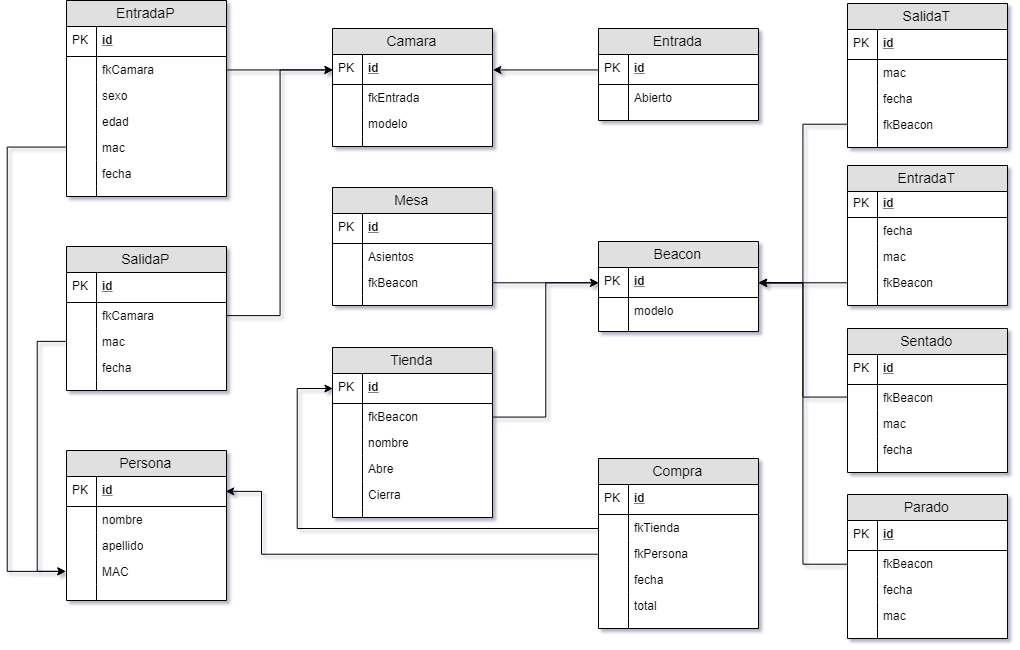
Above: EER.png in luist1228/ProyectoSambil (draw.io), before the change. Source tidied: cells renumbered, new cells last; positions are measured from the earlier drawing's top-left corner, leaving out a move shared by most shapes.
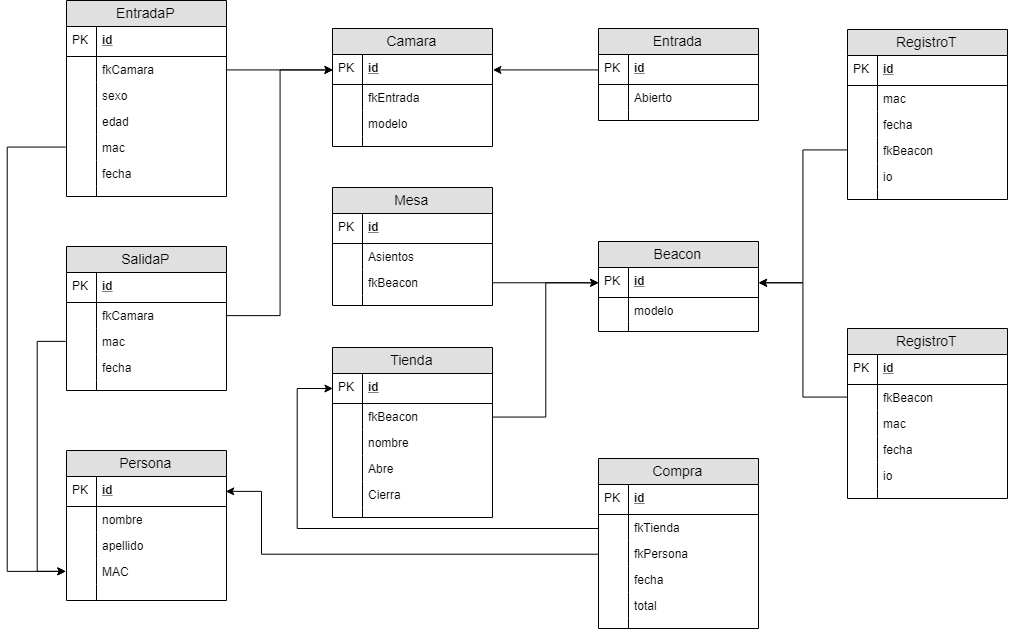
The same file after the commit.

Commit message:
EER definitivas

Change to the diagram source:
```diff
@@ -310,173 +310,113 @@
     <mxCell id="102" style="edgeStyle=orthogonalEdgeStyle;rounded=0;jettySize=auto;html=1;exitX=1;exitY=0.5;exitDx=0;exitDy=0;entryX=0;entryY=0.5;entryDx=0;entryDy=0;" parent="1" edge="1" source="16" target="45">
       <mxGeometry relative="1" as="geometry" />
     </mxCell>
-    <mxCell id="103" value="EntradaT" style="swimlane;fontStyle=0;horizontal=1;startSize=26;fillColor=#e0e0e0;swimlaneFillColor=#ffffff;align=center;fontSize=14;" parent="1" vertex="1">
-      <mxGeometry x="840" y="165" width="160" height="140" as="geometry" />
+    <mxCell id="103" value="RegistroT" style="swimlane;fontStyle=0;horizontal=1;startSize=26;fillColor=#e0e0e0;swimlaneFillColor=#ffffff;align=center;fontSize=14;" parent="1" vertex="1">
+      <mxGeometry x="840" y="29" width="160" height="170" as="geometry" />
     </mxCell>
     <mxCell id="104" value="id" style="shape=partialRectangle;top=0;left=0;right=0;bottom=1;align=left;verticalAlign=middle;fillColor=none;spacingLeft=34;spacingRight=4;overflow=hidden;fontStyle=5;fontSize=12;" parent="103" vertex="1">
-      <mxGeometry y="26" width="160" height="26" as="geometry" />
+      <mxGeometry y="26" width="160" height="30" as="geometry" />
     </mxCell>
     <mxCell id="105" value="PK" style="shape=partialRectangle;top=0;left=0;bottom=0;fillColor=none;align=left;verticalAlign=middle;spacingLeft=4;spacingRight=4;overflow=hidden;fontSize=12;" parent="104" vertex="1">
-      <mxGeometry width="30" height="26" as="geometry" />
+      <mxGeometry width="30" height="30" as="geometry" />
     </mxCell>
-    <mxCell id="106" value="fecha" style="shape=partialRectangle;top=0;left=0;right=0;bottom=0;align=left;verticalAlign=top;fillColor=none;spacingLeft=34;spacingRight=4;overflow=hidden;fontSize=12;" parent="103" vertex="1">
-      <mxGeometry y="52" width="160" height="26" as="geometry" />
+    <mxCell id="106" value="mac" style="shape=partialRectangle;top=0;left=0;right=0;bottom=0;align=left;verticalAlign=top;fillColor=none;spacingLeft=34;spacingRight=4;overflow=hidden;fontSize=12;" parent="103" vertex="1">
+      <mxGeometry y="56" width="160" height="26" as="geometry" />
     </mxCell>
     <mxCell id="107" style="shape=partialRectangle;top=0;left=0;bottom=0;fillColor=none;align=left;verticalAlign=top;spacingLeft=4;spacingRight=4;overflow=hidden;fontSize=12;" parent="106" vertex="1">
       <mxGeometry width="30" height="26" as="geometry" />
     </mxCell>
-    <mxCell id="108" value="mac" style="shape=partialRectangle;top=0;left=0;right=0;bottom=0;align=left;verticalAlign=top;fillColor=none;spacingLeft=34;spacingRight=4;overflow=hidden;fontSize=12;" parent="103" vertex="1">
-      <mxGeometry y="78" width="160" height="26" as="geometry" />
+    <mxCell id="108" value="fecha" style="shape=partialRectangle;top=0;left=0;right=0;bottom=0;align=left;verticalAlign=top;fillColor=none;spacingLeft=34;spacingRight=4;overflow=hidden;fontSize=12;" parent="103" vertex="1">
+      <mxGeometry y="82" width="160" height="26" as="geometry" />
     </mxCell>
     <mxCell id="109" style="shape=partialRectangle;top=0;left=0;bottom=0;fillColor=none;align=left;verticalAlign=top;spacingLeft=4;spacingRight=4;overflow=hidden;fontSize=12;" parent="108" vertex="1">
       <mxGeometry width="30" height="26" as="geometry" />
     </mxCell>
     <mxCell id="110" value="fkBeacon" style="shape=partialRectangle;top=0;left=0;right=0;bottom=0;align=left;verticalAlign=top;fillColor=none;spacingLeft=34;spacingRight=4;overflow=hidden;points=[[0,0.5],[1,0.5]];portConstraint=eastwest;fontSize=12;" parent="103" vertex="1">
-      <mxGeometry y="104" width="160" height="26" as="geometry" />
+      <mxGeometry y="108" width="160" height="26" as="geometry" />
     </mxCell>
     <mxCell id="111" style="shape=partialRectangle;top=0;left=0;bottom=0;fillColor=none;align=left;verticalAlign=top;spacingLeft=4;spacingRight=4;overflow=hidden;fontSize=12;" parent="110" vertex="1">
       <mxGeometry width="30" height="26" as="geometry" />
     </mxCell>
-    <mxCell id="112" style="shape=partialRectangle;top=0;left=0;right=0;bottom=0;align=left;verticalAlign=top;fillColor=none;spacingLeft=34;spacingRight=4;overflow=hidden;fontSize=12;" parent="103" vertex="1">
-      <mxGeometry y="130" width="160" height="10" as="geometry" />
+    <mxCell id="112" value="io" style="shape=partialRectangle;top=0;left=0;right=0;bottom=0;align=left;verticalAlign=top;fillColor=none;spacingLeft=34;spacingRight=4;overflow=hidden;fontSize=12;" parent="103" vertex="1">
+      <mxGeometry y="134" width="160" height="26" as="geometry" />
     </mxCell>
     <mxCell id="113" style="shape=partialRectangle;top=0;left=0;bottom=0;fillColor=none;align=left;verticalAlign=top;spacingLeft=4;spacingRight=4;overflow=hidden;fontSize=12;" parent="112" vertex="1">
-      <mxGeometry width="30" height="10" as="geometry" />
+      <mxGeometry width="30" height="26" as="geometry" />
     </mxCell>
-    <mxCell id="114" value="SalidaT" style="swimlane;fontStyle=0;horizontal=1;startSize=26;fillColor=#e0e0e0;swimlaneFillColor=#ffffff;align=center;fontSize=14;" parent="1" vertex="1">
-      <mxGeometry x="840" y="3" width="160" height="144" as="geometry" />
+    <mxCell id="114" style="shape=partialRectangle;top=0;left=0;right=0;bottom=0;align=left;verticalAlign=top;fillColor=none;spacingLeft=34;spacingRight=4;overflow=hidden;fontSize=12;" parent="103" vertex="1">
+      <mxGeometry y="160" width="160" height="10" as="geometry" />
     </mxCell>
-    <mxCell id="115" value="id" style="shape=partialRectangle;top=0;left=0;right=0;bottom=1;align=left;verticalAlign=middle;fillColor=none;spacingLeft=34;spacingRight=4;overflow=hidden;fontStyle=5;fontSize=12;" parent="114" vertex="1">
-      <mxGeometry y="26" width="160" height="30" as="geometry" />
+    <mxCell id="115" style="shape=partialRectangle;top=0;left=0;bottom=0;fillColor=none;align=left;verticalAlign=top;spacingLeft=4;spacingRight=4;overflow=hidden;fontSize=12;" parent="114" vertex="1">
+      <mxGeometry width="30" height="10" as="geometry" />
     </mxCell>
-    <mxCell id="116" value="PK" style="shape=partialRectangle;top=0;left=0;bottom=0;fillColor=none;align=left;verticalAlign=middle;spacingLeft=4;spacingRight=4;overflow=hidden;fontSize=12;" parent="115" vertex="1">
-      <mxGeometry width="30" height="30" as="geometry" />
+    <mxCell id="116" style="edgeStyle=orthogonalEdgeStyle;rounded=0;jettySize=auto;html=1;exitX=0;exitY=0.5;exitDx=0;exitDy=0;entryX=0;entryY=0.5;entryDx=0;entryDy=0;" parent="1" edge="1" source="78" target="9">
+      <mxGeometry relative="1" as="geometry">
+        <Array as="points">
+          <mxPoint x="30" y="341" />
+          <mxPoint x="30" y="571" />
+        </Array>
+      </mxGeometry>
     </mxCell>
-    <mxCell id="117" value="mac" style="shape=partialRectangle;top=0;left=0;right=0;bottom=0;align=left;verticalAlign=top;fillColor=none;spacingLeft=34;spacingRight=4;overflow=hidden;fontSize=12;" parent="114" vertex="1">
-      <mxGeometry y="56" width="160" height="26" as="geometry" />
+    <mxCell id="117" style="edgeStyle=orthogonalEdgeStyle;rounded=0;jettySize=auto;html=1;exitX=0;exitY=0.5;exitDx=0;exitDy=0;" parent="1" edge="1" source="110" target="45">
+      <mxGeometry relative="1" as="geometry" />
     </mxCell>
-    <mxCell id="118" style="shape=partialRectangle;top=0;left=0;bottom=0;fillColor=none;align=left;verticalAlign=top;spacingLeft=4;spacingRight=4;overflow=hidden;fontSize=12;" parent="117" vertex="1">
-      <mxGeometry width="30" height="26" as="geometry" />
+    <mxCell id="118" style="edgeStyle=orthogonalEdgeStyle;rounded=0;jettySize=auto;html=1;exitX=0;exitY=0.5;exitDx=0;exitDy=0;entryX=0;entryY=0.5;entryDx=0;entryDy=0;" parent="1" edge="1" source="87" target="14">
+      <mxGeometry relative="1" as="geometry">
+        <Array as="points">
+          <mxPoint x="290" y="528" />
+          <mxPoint x="290" y="388" />
+        </Array>
+      </mxGeometry>
     </mxCell>
-    <mxCell id="119" value="fecha" style="shape=partialRectangle;top=0;left=0;right=0;bottom=0;align=left;verticalAlign=top;fillColor=none;spacingLeft=34;spacingRight=4;overflow=hidden;fontSize=12;" parent="114" vertex="1">
-      <mxGeometry y="82" width="160" height="26" as="geometry" />
+    <mxCell id="119" style="edgeStyle=orthogonalEdgeStyle;rounded=0;jettySize=auto;html=1;exitX=0;exitY=0.5;exitDx=0;exitDy=0;entryX=1;entryY=0.5;entryDx=0;entryDy=0;" parent="1" edge="1" source="89" target="3">
+      <mxGeometry relative="1" as="geometry">
+        <Array as="points">
+          <mxPoint x="254" y="554" />
+          <mxPoint x="254" y="491" />
+        </Array>
+      </mxGeometry>
     </mxCell>
-    <mxCell id="120" style="shape=partialRectangle;top=0;left=0;bottom=0;fillColor=none;align=left;verticalAlign=top;spacingLeft=4;spacingRight=4;overflow=hidden;fontSize=12;" parent="119" vertex="1">
-      <mxGeometry width="30" height="26" as="geometry" />
+    <mxCell id="120" value="RegistroT" style="swimlane;fontStyle=0;horizontal=1;startSize=26;fillColor=#e0e0e0;swimlaneFillColor=#ffffff;align=center;fontSize=14;" parent="1" vertex="1">
+      <mxGeometry x="840" y="328" width="160" height="170" as="geometry" />
     </mxCell>
-    <mxCell id="121" value="fkBeacon" style="shape=partialRectangle;top=0;left=0;right=0;bottom=0;align=left;verticalAlign=top;fillColor=none;spacingLeft=34;spacingRight=4;overflow=hidden;points=[[0,0.5],[1,0.5]];portConstraint=eastwest;fontSize=12;" parent="114" vertex="1">
-      <mxGeometry y="108" width="160" height="26" as="geometry" />
+    <mxCell id="121" value="id" style="shape=partialRectangle;top=0;left=0;right=0;bottom=1;align=left;verticalAlign=middle;fillColor=none;spacingLeft=34;spacingRight=4;overflow=hidden;points=[[0,0.5],[1,0.5]];portConstraint=eastwest;fontStyle=5;fontSize=12;" parent="120" vertex="1">
+      <mxGeometry y="26" width="160" height="30" as="geometry" />
     </mxCell>
-    <mxCell id="122" style="shape=partialRectangle;top=0;left=0;bottom=0;fillColor=none;align=left;verticalAlign=top;spacingLeft=4;spacingRight=4;overflow=hidden;fontSize=12;" parent="121" vertex="1">
-      <mxGeometry width="30" height="26" as="geometry" />
+    <mxCell id="122" value="PK" style="shape=partialRectangle;top=0;left=0;bottom=0;fillColor=none;align=left;verticalAlign=middle;spacingLeft=4;spacingRight=4;overflow=hidden;fontSize=12;" parent="121" vertex="1">
+      <mxGeometry width="30" height="30" as="geometry" />
     </mxCell>
-    <mxCell id="123" style="shape=partialRectangle;top=0;left=0;right=0;bottom=0;align=left;verticalAlign=top;fillColor=none;spacingLeft=34;spacingRight=4;overflow=hidden;points=[[0,0.5],[1,0.5]];portConstraint=eastwest;fontSize=12;" parent="114" vertex="1">
-      <mxGeometry y="134" width="160" height="10" as="geometry" />
+    <mxCell id="123" value="fkBeacon" style="shape=partialRectangle;top=0;left=0;right=0;bottom=0;align=left;verticalAlign=top;fillColor=none;spacingLeft=34;spacingRight=4;overflow=hidden;points=[[0,0.5],[1,0.5]];portConstraint=eastwest;fontSize=12;" parent="120" vertex="1">
+      <mxGeometry y="56" width="160" height="26" as="geometry" />
     </mxCell>
     <mxCell id="124" style="shape=partialRectangle;top=0;left=0;bottom=0;fillColor=none;align=left;verticalAlign=top;spacingLeft=4;spacingRight=4;overflow=hidden;fontSize=12;" parent="123" vertex="1">
-      <mxGeometry width="30" height="10" as="geometry" />
+      <mxGeometry width="30" height="26" as="geometry" />
     </mxCell>
-    <mxCell id="125" style="edgeStyle=orthogonalEdgeStyle;rounded=0;jettySize=auto;html=1;exitX=0;exitY=0.5;exitDx=0;exitDy=0;entryX=0;entryY=0.5;entryDx=0;entryDy=0;" parent="1" edge="1" source="78" target="9">
-      <mxGeometry relative="1" as="geometry">
-        <Array as="points">
-          <mxPoint x="30" y="341" />
-          <mxPoint x="30" y="571" />
-        </Array>
-      </mxGeometry>
+    <mxCell id="125" value="mac" style="shape=partialRectangle;top=0;left=0;right=0;bottom=0;align=left;verticalAlign=top;fillColor=none;spacingLeft=34;spacingRight=4;overflow=hidden;fontSize=12;" parent="120" vertex="1">
+      <mxGeometry y="82" width="160" height="26" as="geometry" />
     </mxCell>
-    <mxCell id="126" style="edgeStyle=orthogonalEdgeStyle;rounded=0;jettySize=auto;html=1;exitX=0;exitY=0.5;exitDx=0;exitDy=0;entryX=1;entryY=0.5;entryDx=0;entryDy=0;" parent="1" edge="1" source="110" target="45">
-      <mxGeometry relative="1" as="geometry" />
+    <mxCell id="126" style="shape=partialRectangle;top=0;left=0;bottom=0;fillColor=none;align=left;verticalAlign=top;spacingLeft=4;spacingRight=4;overflow=hidden;fontSize=12;" parent="125" vertex="1">
+      <mxGeometry width="30" height="26" as="geometry" />
     </mxCell>
-    <mxCell id="127" style="edgeStyle=orthogonalEdgeStyle;rounded=0;jettySize=auto;html=1;exitX=0;exitY=0.5;exitDx=0;exitDy=0;" parent="1" edge="1" source="121" target="45">
-      <mxGeometry relative="1" as="geometry" />
+    <mxCell id="127" value="fecha" style="shape=partialRectangle;top=0;left=0;right=0;bottom=0;align=left;verticalAlign=top;fillColor=none;spacingLeft=34;spacingRight=4;overflow=hidden;fontSize=12;" parent="120" vertex="1">
+      <mxGeometry y="108" width="160" height="26" as="geometry" />
     </mxCell>
-    <mxCell id="128" style="edgeStyle=orthogonalEdgeStyle;rounded=0;jettySize=auto;html=1;exitX=0;exitY=0.5;exitDx=0;exitDy=0;entryX=0;entryY=0.5;entryDx=0;entryDy=0;" parent="1" edge="1" source="87" target="14">
-      <mxGeometry relative="1" as="geometry">
-        <Array as="points">
-          <mxPoint x="290" y="528" />
-          <mxPoint x="290" y="388" />
-        </Array>
-      </mxGeometry>
+    <mxCell id="128" style="shape=partialRectangle;top=0;left=0;bottom=0;fillColor=none;align=left;verticalAlign=top;spacingLeft=4;spacingRight=4;overflow=hidden;fontSize=12;" parent="127" vertex="1">
+      <mxGeometry width="30" height="26" as="geometry" />
     </mxCell>
-    <mxCell id="129" style="edgeStyle=orthogonalEdgeStyle;rounded=0;jettySize=auto;html=1;exitX=0;exitY=0.5;exitDx=0;exitDy=0;entryX=1;entryY=0.5;entryDx=0;entryDy=0;" parent="1" edge="1" source="89" target="3">
-      <mxGeometry relative="1" as="geometry">
-        <Array as="points">
-          <mxPoint x="254" y="554" />
-          <mxPoint x="254" y="491" />
-        </Array>
-      </mxGeometry>
+    <mxCell id="129" value="io" style="shape=partialRectangle;top=0;left=0;right=0;bottom=0;align=left;verticalAlign=top;fillColor=none;spacingLeft=34;spacingRight=4;overflow=hidden;fontSize=12;" parent="120" vertex="1">
+      <mxGeometry y="134" width="160" height="26" as="geometry" />
     </mxCell>
-    <mxCell id="130" value="Sentado" style="swimlane;fontStyle=0;horizontal=1;startSize=26;fillColor=#e0e0e0;swimlaneFillColor=#ffffff;align=center;fontSize=14;" parent="1" vertex="1">
-      <mxGeometry x="840" y="328" width="160" height="144" as="geometry" />
+    <mxCell id="130" style="shape=partialRectangle;top=0;left=0;bottom=0;fillColor=none;align=left;verticalAlign=top;spacingLeft=4;spacingRight=4;overflow=hidden;fontSize=12;" parent="129" vertex="1">
+      <mxGeometry width="30" height="26" as="geometry" />
     </mxCell>
-    <mxCell id="131" value="id" style="shape=partialRectangle;top=0;left=0;right=0;bottom=1;align=left;verticalAlign=middle;fillColor=none;spacingLeft=34;spacingRight=4;overflow=hidden;fontStyle=5;fontSize=12;" parent="130" vertex="1">
-      <mxGeometry y="26" width="160" height="30" as="geometry" />
+    <mxCell id="131" style="shape=partialRectangle;top=0;left=0;right=0;bottom=0;align=left;verticalAlign=top;fillColor=none;spacingLeft=34;spacingRight=4;overflow=hidden;fontSize=12;" parent="120" vertex="1">
+      <mxGeometry y="160" width="160" height="10" as="geometry" />
     </mxCell>
-    <mxCell id="132" value="PK" style="shape=partialRectangle;top=0;left=0;bottom=0;fillColor=none;align=left;verticalAlign=middle;spacingLeft=4;spacingRight=4;overflow=hidden;fontSize=12;" parent="131" vertex="1">
-      <mxGeometry width="30" height="30" as="geometry" />
+    <mxCell id="132" style="shape=partialRectangle;top=0;left=0;bottom=0;fillColor=none;align=left;verticalAlign=top;spacingLeft=4;spacingRight=4;overflow=hidden;fontSize=12;" parent="131" vertex="1">
+      <mxGeometry width="30" height="10" as="geometry" />
     </mxCell>
-    <mxCell id="133" value="fkBeacon" style="shape=partialRectangle;top=0;left=0;right=0;bottom=0;align=left;verticalAlign=top;fillColor=none;spacingLeft=34;spacingRight=4;overflow=hidden;points=[[0,0.5],[1,0.5]];portConstraint=eastwest;fontSize=12;" parent="130" vertex="1">
-      <mxGeometry y="56" width="160" height="26" as="geometry" />
+    <mxCell id="133" style="edgeStyle=orthogonalEdgeStyle;rounded=0;jettySize=auto;html=1;exitX=0;exitY=0.5;exitDx=0;exitDy=0;entryX=1;entryY=0.5;entryDx=0;entryDy=0;" parent="1" edge="1" source="123" target="45">
+      <mxGeometry relative="1" as="geometry" />
     </mxCell>
-    <mxCell id="134" style="shape=partialRectangle;top=0;left=0;bottom=0;fillColor=none;align=left;verticalAlign=top;spacingLeft=4;spacingRight=4;overflow=hidden;fontSize=12;" parent="133" vertex="1">
-      <mxGeometry width="30" height="26" as="geometry" />
-    </mxCell>
-    <mxCell id="135" value="mac" style="shape=partialRectangle;top=0;left=0;right=0;bottom=0;align=left;verticalAlign=top;fillColor=none;spacingLeft=34;spacingRight=4;overflow=hidden;fontSize=12;" parent="130" vertex="1">
-      <mxGeometry y="82" width="160" height="26" as="geometry" />
-    </mxCell>
-    <mxCell id="136" style="shape=partialRectangle;top=0;left=0;bottom=0;fillColor=none;align=left;verticalAlign=top;spacingLeft=4;spacingRight=4;overflow=hidden;fontSize=12;" parent="135" vertex="1">
-      <mxGeometry width="30" height="26" as="geometry" />
-    </mxCell>
-    <mxCell id="137" value="fecha" style="shape=partialRectangle;top=0;left=0;right=0;bottom=0;align=left;verticalAlign=top;fillColor=none;spacingLeft=34;spacingRight=4;overflow=hidden;fontSize=12;" parent="130" vertex="1">
-      <mxGeometry y="108" width="160" height="26" as="geometry" />
-    </mxCell>
-    <mxCell id="138" style="shape=partialRectangle;top=0;left=0;bottom=0;fillColor=none;align=left;verticalAlign=top;spacingLeft=4;spacingRight=4;overflow=hidden;fontSize=12;" parent="137" vertex="1">
-      <mxGeometry width="30" height="26" as="geometry" />
-    </mxCell>
-    <mxCell id="139" style="shape=partialRectangle;top=0;left=0;right=0;bottom=0;align=left;verticalAlign=top;fillColor=none;spacingLeft=34;spacingRight=4;overflow=hidden;fontSize=12;" parent="130" vertex="1">
-      <mxGeometry y="134" width="160" height="10" as="geometry" />
-    </mxCell>
-    <mxCell id="140" style="shape=partialRectangle;top=0;left=0;bottom=0;fillColor=none;align=left;verticalAlign=top;spacingLeft=4;spacingRight=4;overflow=hidden;fontSize=12;" parent="139" vertex="1">
-      <mxGeometry width="30" height="10" as="geometry" />
-    </mxCell>
-    <mxCell id="141" value="Parado" style="swimlane;fontStyle=0;horizontal=1;startSize=26;fillColor=#e0e0e0;swimlaneFillColor=#ffffff;align=center;fontSize=14;" parent="1" vertex="1">
-      <mxGeometry x="840" y="494" width="160" height="144" as="geometry" />
-    </mxCell>
-    <mxCell id="142" value="id" style="shape=partialRectangle;top=0;left=0;right=0;bottom=1;align=left;verticalAlign=middle;fillColor=none;spacingLeft=34;spacingRight=4;overflow=hidden;fontStyle=5;fontSize=12;" parent="141" vertex="1">
-      <mxGeometry y="26" width="160" height="30" as="geometry" />
-    </mxCell>
-    <mxCell id="143" value="PK" style="shape=partialRectangle;top=0;left=0;bottom=0;fillColor=none;align=left;verticalAlign=middle;spacingLeft=4;spacingRight=4;overflow=hidden;fontSize=12;" parent="142" vertex="1">
-      <mxGeometry width="30" height="30" as="geometry" />
-    </mxCell>
-    <mxCell id="144" value="fkBeacon" style="shape=partialRectangle;top=0;left=0;right=0;bottom=0;align=left;verticalAlign=top;fillColor=none;spacingLeft=34;spacingRight=4;overflow=hidden;points=[[0,0.5],[1,0.5]];portConstraint=eastwest;fontSize=12;" parent="141" vertex="1">
-      <mxGeometry y="56" width="160" height="26" as="geometry" />
-    </mxCell>
-    <mxCell id="145" style="shape=partialRectangle;top=0;left=0;bottom=0;fillColor=none;align=left;verticalAlign=top;spacingLeft=4;spacingRight=4;overflow=hidden;fontSize=12;" parent="144" vertex="1">
-      <mxGeometry width="30" height="26" as="geometry" />
-    </mxCell>
-    <mxCell id="146" value="fecha" style="shape=partialRectangle;top=0;left=0;right=0;bottom=0;align=left;verticalAlign=top;fillColor=none;spacingLeft=34;spacingRight=4;overflow=hidden;fontSize=12;" parent="141" vertex="1">
-      <mxGeometry y="82" width="160" height="26" as="geometry" />
-    </mxCell>
-    <mxCell id="147" style="shape=partialRectangle;top=0;left=0;bottom=0;fillColor=none;align=left;verticalAlign=top;spacingLeft=4;spacingRight=4;overflow=hidden;fontSize=12;" parent="146" vertex="1">
-      <mxGeometry width="30" height="26" as="geometry" />
-    </mxCell>
-    <mxCell id="148" value="mac" style="shape=partialRectangle;top=0;left=0;right=0;bottom=0;align=left;verticalAlign=top;fillColor=none;spacingLeft=34;spacingRight=4;overflow=hidden;fontSize=12;" parent="141" vertex="1">
-      <mxGeometry y="108" width="160" height="26" as="geometry" />
-    </mxCell>
-    <mxCell id="149" style="shape=partialRectangle;top=0;left=0;bottom=0;fillColor=none;align=left;verticalAlign=top;spacingLeft=4;spacingRight=4;overflow=hidden;fontSize=12;" parent="148" vertex="1">
-      <mxGeometry width="30" height="26" as="geometry" />
-    </mxCell>
-    <mxCell id="150" style="shape=partialRectangle;top=0;left=0;right=0;bottom=0;align=left;verticalAlign=top;fillColor=none;spacingLeft=34;spacingRight=4;overflow=hidden;fontSize=12;" parent="141" vertex="1">
-      <mxGeometry y="134" width="160" height="10" as="geometry" />
-    </mxCell>
-    <mxCell id="151" style="shape=partialRectangle;top=0;left=0;bottom=0;fillColor=none;align=left;verticalAlign=top;spacingLeft=4;spacingRight=4;overflow=hidden;fontSize=12;" parent="150" vertex="1">
-      <mxGeometry width="30" height="10" as="geometry" />
-    </mxCell>
-    <mxCell id="152" style="edgeStyle=orthogonalEdgeStyle;rounded=0;jettySize=auto;html=1;exitX=0;exitY=0.5;exitDx=0;exitDy=0;entryX=1;entryY=0.5;entryDx=0;entryDy=0;" parent="1" edge="1" source="133" target="45">
-      <mxGeometry relative="1" as="geometry" />
-    </mxCell>
-    <mxCell id="153" style="edgeStyle=orthogonalEdgeStyle;rounded=0;jettySize=auto;html=1;exitX=0;exitY=0.5;exitDx=0;exitDy=0;" parent="1" edge="1" source="144" target="45">
-      <mxGeometry relative="1" as="geometry" />
-    </mxCell>
   </root>
 </mxGraphModel>
```
